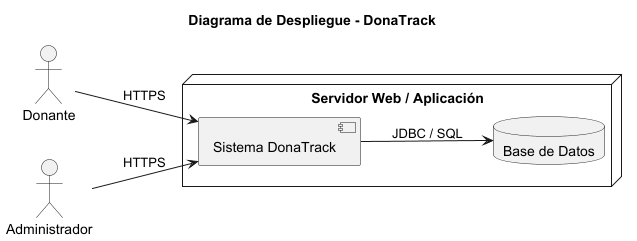
snmaccio-dev/TPA-DDS keeps this PlantUML diagram as TPA/PRIMERA ENTREGA/diagramaDeDespliegue.png. Above is the earlier version.
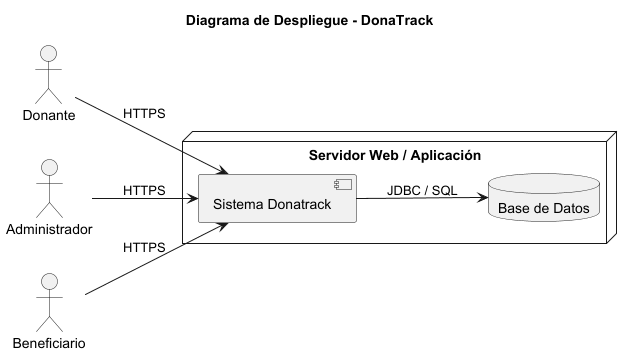
Above is the later version.

What changed in the source:
```diff
@@ -6,10 +6,11 @@
 
 actor Donante
 actor Administrador
+actor Beneficiario
 
 node "Servidor Web / Aplicación" {
 
-  component "Sistema DonaTrack" as app
+  component "Sistema Donatrack" as app
 
   database "Base de Datos" as db
 
@@ -18,5 +19,6 @@
 
 Donante --> app : HTTPS
 Administrador --> app : HTTPS
+Beneficiario --> app : HTTPS
 
 @enduml
```
